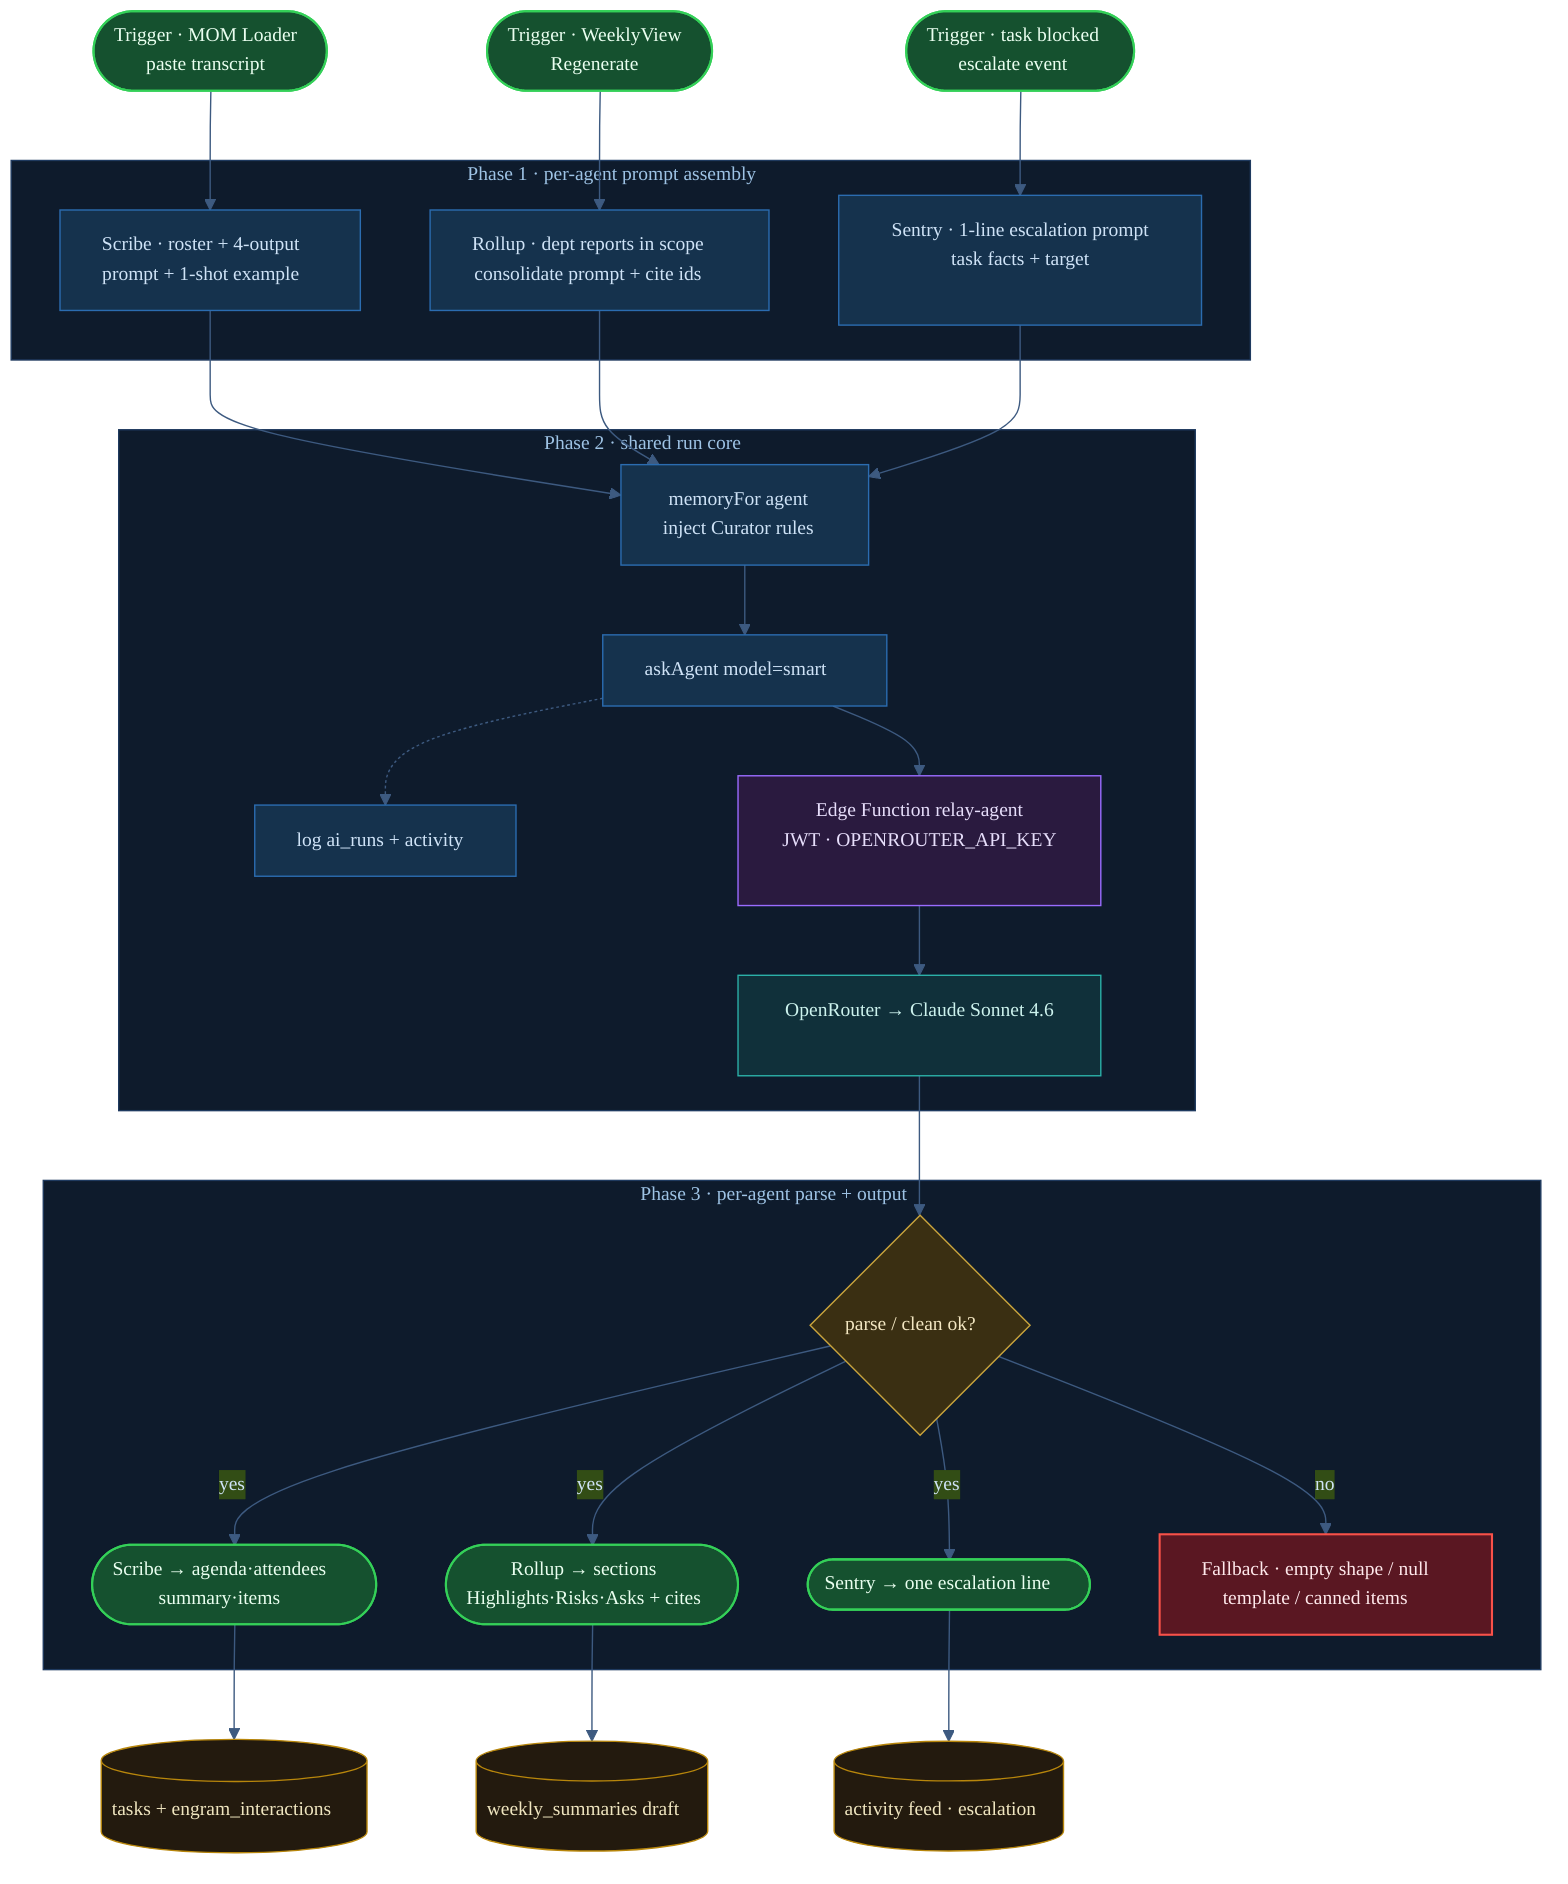
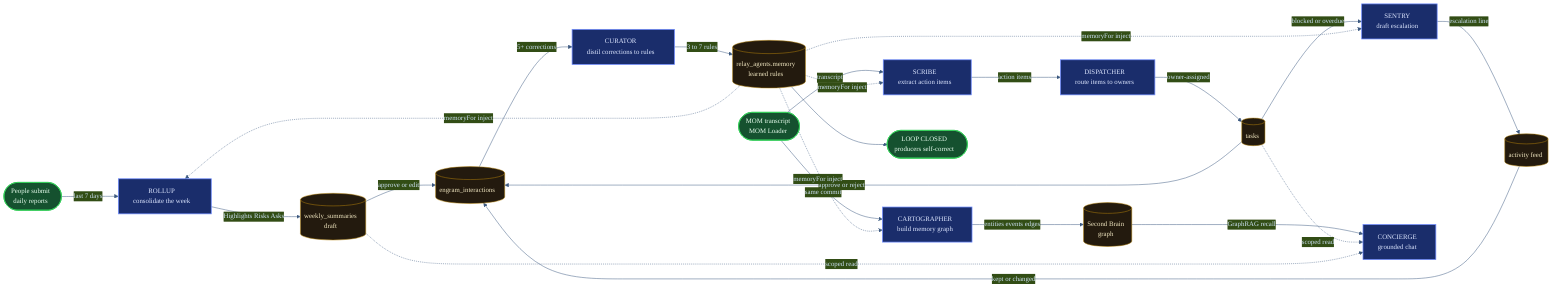
%%{init: {'theme':'base','themeVariables':{'fontFamily':'ui-monospace, monospace','fontSize':'14px','lineColor':'#3d5a80','primaryColor':'#15324d','primaryTextColor':'#cfe3f7','primaryBorderColor':'#2b6cb0','clusterBkg':'#0e1b2c','clusterBorder':'#1f3a5f'}}}%%
- flowchart TD
-   ts([Trigger · MOM Loader<br/>paste transcript]):::start
-   tr([Trigger · WeeklyView<br/>Regenerate]):::start
-   tn([Trigger · task blocked<br/>escalate event]):::start
+ flowchart LR
+   %% ---- triggers / sources (green) ----
+   rep([People submit<br/>daily reports]):::start
+   mom([MOM transcript<br/>MOM Loader]):::start

-   subgraph IN[Phase 1 · per-agent prompt assembly]
-     sp[Scribe · roster + 4-output<br/>prompt + 1-shot example]:::proc
-     rp[Rollup · dept reports in scope<br/>consolidate prompt + cite ids]:::proc
-     np[Sentry · 1-line escalation prompt<br/>task facts + target]:::proc
-   end
-   ts --> sp
-   tr --> rp
-   tn --> np
+   %% ---- agents (indigo) ----
+   rollup[ROLLUP<br/>consolidate the week]:::agent
+   scribe[SCRIBE<br/>extract action items]:::agent
+   disp[DISPATCHER<br/>route items to owners]:::agent
+   carto[CARTOGRAPHER<br/>build memory graph]:::agent
+   sentry[SENTRY<br/>draft escalation]:::agent
+   concierge[CONCIERGE<br/>grounded chat]:::agent
+   curator[CURATOR<br/>distil corrections to rules]:::agent

-   subgraph CORE[Phase 2 · shared run core]
-     mem[memoryFor agent<br/>inject Curator rules]:::proc
-     ask[askAgent model=smart]:::proc
-     log[log ai_runs + activity]:::proc
-     edge[Edge Function relay-agent<br/>JWT · OPENROUTER_API_KEY]:::edge
-     model[OpenRouter &rarr; Claude Sonnet 4.6]:::model
-     mem --> ask --> edge --> model
-     ask -.-> log
-   end
-   sp --> mem
-   rp --> mem
-   np --> mem
+   %% ---- stores (brown) ----
+   weekly[(weekly_summaries<br/>draft)]:::store
+   tasks[(tasks)]:::store
+   sbg[(Second Brain<br/>graph)]:::store
+   feed[(activity feed)]:::store
+   engram[(engram_interactions)]:::store
+   rules[(relay_agents.memory<br/>learned rules)]:::store

-   subgraph OUT[Phase 3 · per-agent parse + output]
-     dp{parse / clean ok?}:::dec
-     so([Scribe &rarr; agenda·attendees<br/>summary·items]):::start
-     ro([Rollup &rarr; sections<br/>Highlights·Risks·Asks + cites]):::start
-     no([Sentry &rarr; one escalation line]):::start
-     fb[Fallback · empty shape / null<br/>template / canned items]:::stop
-     dp -- yes --> so
-     dp -- yes --> ro
-     dp -- yes --> no
-     dp -- no --> fb
-   end
-   model --> dp
+   %% ---- produce: each trigger to its own output to its store ----
+   rep -->|last 7 days| rollup -->|Highlights Risks Asks| weekly
+   mom -->|transcript| scribe -->|action items| disp -->|owner-assigned| tasks
+   mom -->|same commit| carto -->|entities events edges| sbg
+   tasks -->|blocked or overdue| sentry -->|escalation line| feed

-   tasks[(tasks + engram_interactions)]:::store
-   draft[(weekly_summaries draft)]:::store
-   feed[(activity feed · escalation)]:::store
-   so --> tasks
-   ro --> draft
-   no --> feed
+   %% ---- read side: Concierge grounds on the stores ----
+   sbg -->|GraphRAG recall| concierge
+   tasks -.->|scoped read| concierge
+   weekly -.->|scoped read| concierge
+ 
+   %% ---- human review feeds the learning loop ----
+   weekly -->|approve or edit| engram
+   tasks -->|approve or reject| engram
+   feed -->|kept or changed| engram
+   engram -->|5+ corrections| curator -->|3 to 7 rules| rules
+ 
+   %% ---- loop closed: rules injected into each producer's next run ----
+   rules -.->|memoryFor inject| rollup
+   rules -.->|memoryFor inject| scribe
+   rules -.->|memoryFor inject| sentry
+   rules -.->|memoryFor inject| carto
+   done([LOOP CLOSED<br/>producers self-correct]):::start
+   rules --> done

  classDef start fill:#15512f,stroke:#34d058,color:#eafff0,stroke-width:1.5px
-   classDef stop fill:#5a1722,stroke:#f85149,color:#ffe9ec,stroke-width:1.5px
+   classDef agent fill:#1a2d6b,stroke:#6f8cff,color:#dde6ff,stroke-width:1.5px
  classDef proc fill:#15324d,stroke:#2b6cb0,color:#cfe3f7
  classDef dec fill:#3a2f12,stroke:#caa53d,color:#f3e7c2
  classDef edge fill:#2a1a3f,stroke:#9a6cff,color:#e7defb
  classDef model fill:#10303a,stroke:#2bb0a8,color:#cdf3ee
  classDef store fill:#231a0e,stroke:#b8860b,color:#f0e6c0
+   classDef stop fill:#5a1722,stroke:#f85149,color:#ffe9ec,stroke-width:1.5px
